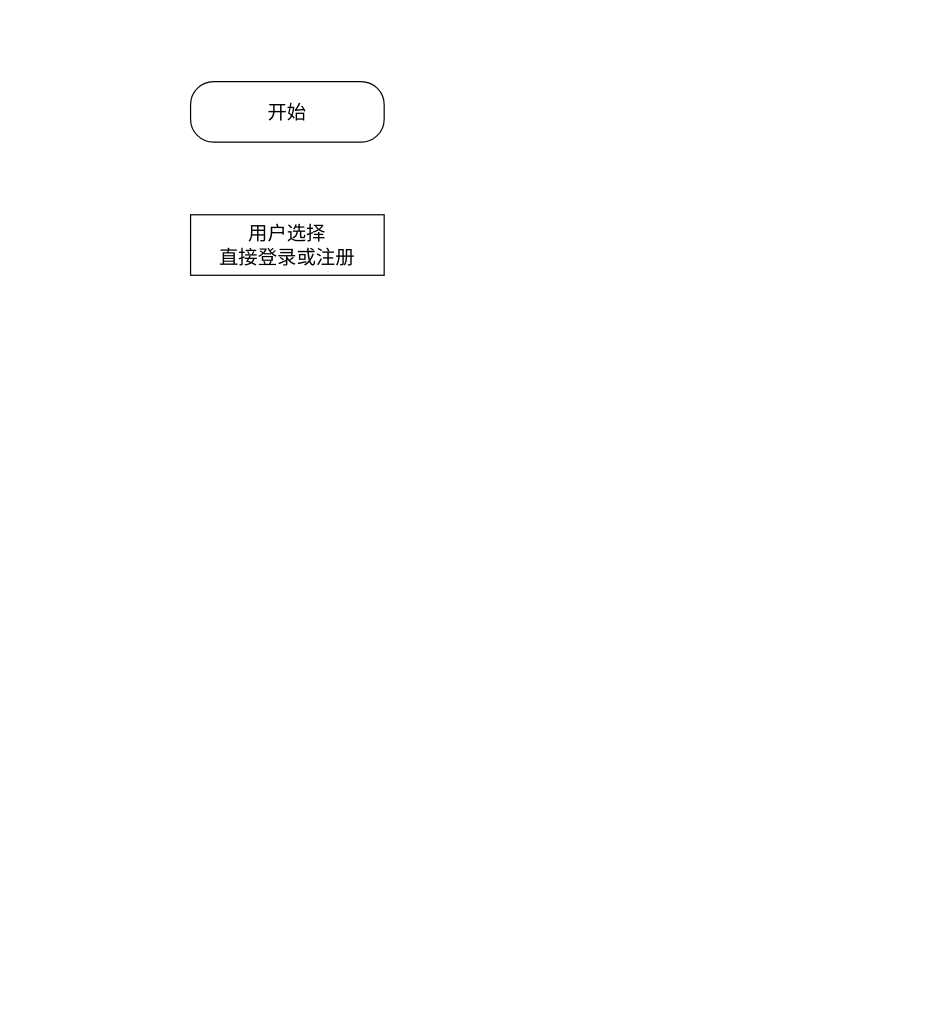
This is 用户登录注册流程图.drawio from MisakiMiao/SmartHome, a draw.io file, before an edit. Source tidied: cells renumbered, new cells numbered last; positions are measured from the earlier drawing's top-left corner, leaving out a move shared by most shapes. Both pictures are drawn from the tidied source at 121%, with x=0, y=0 at pixel (190, 81).
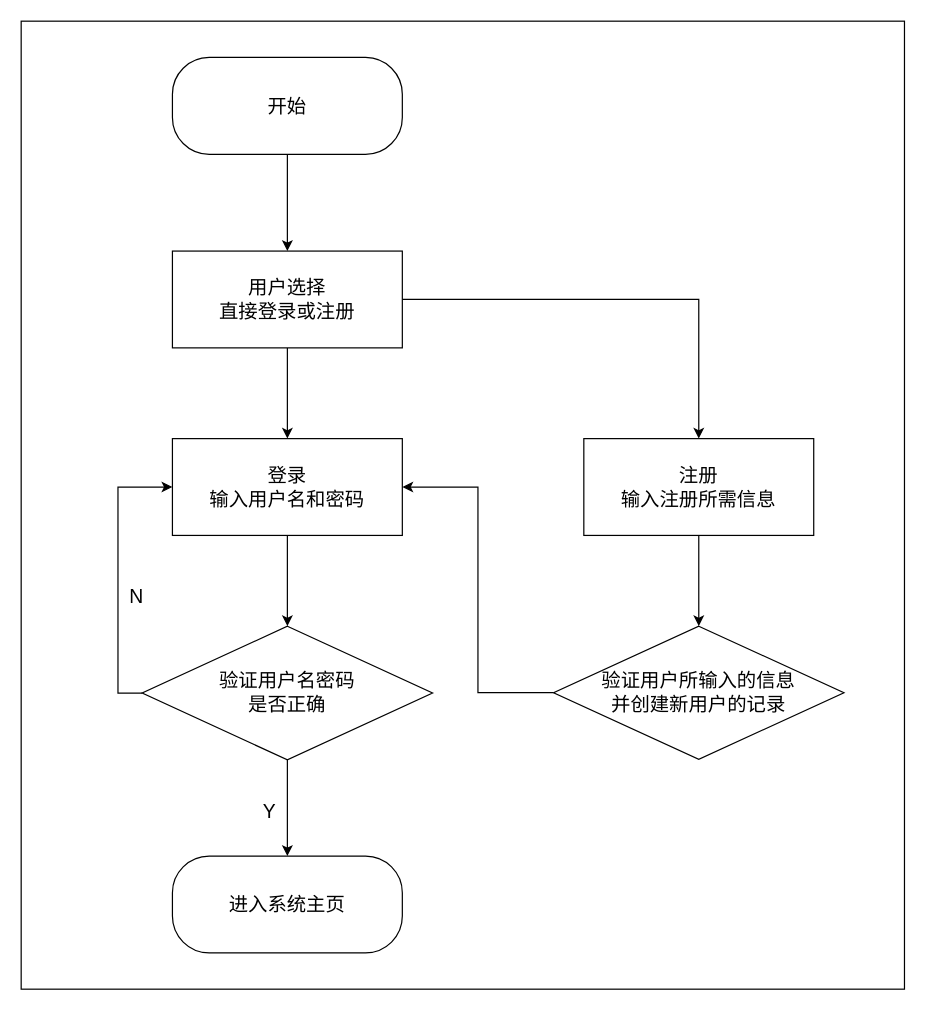
The same diagram, later.

Commit message:
更新用户登录注册流程图.drawio

Diff of the diagram source:
```diff
@@
 <mxGraphModel>
   <root>
     <mxCell id="0" />
     <mxCell id="1" parent="0" />
+    <mxCell id="4" style="rounded=0;whiteSpace=wrap;html=1;" parent="1" vertex="1">
+      <mxGeometry x="-140" y="-50" width="730" height="800" as="geometry" />
+    </mxCell>
+    <mxCell id="5" style="edgeStyle=orthogonalEdgeStyle;rounded=0;jettySize=auto;html=1;" parent="1" edge="1" source="2" target="3">
+      <mxGeometry relative="1" as="geometry" />
+    </mxCell>
     <mxCell id="2" value="&lt;font style=&quot;font-size: 16px;&quot;&gt;开始&lt;/font&gt;" style="rounded=1;whiteSpace=wrap;html=1;arcSize=38;" parent="1" vertex="1">
-      <mxGeometry width="160" height="50" as="geometry" />
+      <mxGeometry x="-15" y="-20" width="190" height="80" as="geometry" />
     </mxCell>
+    <mxCell id="6" style="edgeStyle=orthogonalEdgeStyle;rounded=0;jettySize=auto;html=1;" parent="1" edge="1" source="3" target="12">
+      <mxGeometry relative="1" as="geometry" />
+    </mxCell>
+    <mxCell id="7" style="edgeStyle=orthogonalEdgeStyle;rounded=0;jettySize=auto;html=1;" parent="1" edge="1" source="3" target="14">
+      <mxGeometry relative="1" as="geometry" />
+    </mxCell>
     <mxCell id="3" value="&lt;font style=&quot;font-size: 16px;&quot;&gt;用户选择&lt;/font&gt;&lt;div style=&quot;font-size: 16px;&quot;&gt;&lt;font style=&quot;font-size: 16px;&quot;&gt;直接登录或注册&lt;/font&gt;&lt;/div&gt;" style="rounded=0;whiteSpace=wrap;html=1;" parent="1" vertex="1">
-      <mxGeometry y="110" width="160" height="50" as="geometry" />
+      <mxGeometry x="-15" y="140" width="190" height="80" as="geometry" />
     </mxCell>
+    <mxCell id="8" style="edgeStyle=orthogonalEdgeStyle;rounded=0;jettySize=auto;html=1;entryX=0.5;entryY=0;entryDx=0;entryDy=0;" parent="1" edge="1" source="10" target="17">
+      <mxGeometry relative="1" as="geometry" />
+    </mxCell>
+    <mxCell id="9" style="edgeStyle=orthogonalEdgeStyle;rounded=0;jettySize=auto;html=1;entryX=0;entryY=0.5;entryDx=0;entryDy=0;exitX=0;exitY=0.5;exitDx=0;exitDy=0;" parent="1" edge="1" source="10" target="12">
+      <mxGeometry relative="1" as="geometry" />
+    </mxCell>
+    <mxCell id="10" value="&lt;span style=&quot;font-size: 16px;&quot;&gt;验证用户名密码&lt;/span&gt;&lt;div&gt;&lt;span style=&quot;font-size: 16px;&quot;&gt;是否正确&lt;/span&gt;&lt;/div&gt;" style="rhombus;whiteSpace=wrap;html=1;" parent="1" vertex="1">
+      <mxGeometry x="-40" y="450" width="240" height="110.5" as="geometry" />
+    </mxCell>
+    <mxCell id="11" style="edgeStyle=orthogonalEdgeStyle;rounded=0;jettySize=auto;html=1;" parent="1" edge="1" source="12" target="10">
+      <mxGeometry relative="1" as="geometry" />
+    </mxCell>
+    <mxCell id="12" value="&lt;span style=&quot;font-size: 16px;&quot;&gt;登录&lt;/span&gt;&lt;div&gt;&lt;span style=&quot;font-size: 16px;&quot;&gt;输入用户名和密码&lt;/span&gt;&lt;/div&gt;" style="rounded=0;whiteSpace=wrap;html=1;" parent="1" vertex="1">
+      <mxGeometry x="-15" y="295" width="190" height="80" as="geometry" />
+    </mxCell>
+    <mxCell id="13" style="edgeStyle=orthogonalEdgeStyle;rounded=0;jettySize=auto;html=1;entryX=0.5;entryY=0;entryDx=0;entryDy=0;" parent="1" edge="1" source="14" target="16">
+      <mxGeometry relative="1" as="geometry" />
+    </mxCell>
+    <mxCell id="14" value="&lt;span style=&quot;font-size: 16px;&quot;&gt;注册&lt;/span&gt;&lt;br&gt;&lt;div&gt;&lt;span style=&quot;font-size: 16px;&quot;&gt;输入注册所需信息&lt;/span&gt;&lt;/div&gt;" style="rounded=0;whiteSpace=wrap;html=1;" parent="1" vertex="1">
+      <mxGeometry x="325" y="295" width="190" height="80" as="geometry" />
+    </mxCell>
+    <mxCell id="15" style="edgeStyle=orthogonalEdgeStyle;rounded=0;jettySize=auto;html=1;entryX=1;entryY=0.5;entryDx=0;entryDy=0;" parent="1" edge="1" source="16" target="12">
+      <mxGeometry relative="1" as="geometry" />
+    </mxCell>
+    <mxCell id="16" value="&lt;span style=&quot;font-size: 16px;&quot;&gt;验证用户所输入的信息&lt;/span&gt;&lt;div&gt;&lt;span style=&quot;font-size: 16px;&quot;&gt;并创建新用户的记录&lt;/span&gt;&lt;/div&gt;" style="rhombus;whiteSpace=wrap;html=1;" parent="1" vertex="1">
+      <mxGeometry x="300" y="450" width="240" height="110" as="geometry" />
+    </mxCell>
+    <mxCell id="17" value="&lt;font style=&quot;font-size: 16px;&quot;&gt;进入系统主页&lt;/font&gt;" style="rounded=1;whiteSpace=wrap;html=1;arcSize=38;" parent="1" vertex="1">
+      <mxGeometry x="-15" y="640" width="190" height="80" as="geometry" />
+    </mxCell>
+    <mxCell id="18" value="&lt;font style=&quot;font-size: 16px;&quot;&gt;Y&lt;/font&gt;" style="text;html=1;align=center;verticalAlign=middle;strokeColor=none;fillColor=none;" parent="1" vertex="1">
+      <mxGeometry x="50" y="588" width="30" height="30" as="geometry" />
+    </mxCell>
+    <mxCell id="19" value="&lt;font style=&quot;font-size: 16px;&quot;&gt;N&lt;/font&gt;" style="text;html=1;align=center;verticalAlign=middle;strokeColor=none;fillColor=none;" parent="1" vertex="1">
+      <mxGeometry x="-65" y="410" width="40" height="30" as="geometry" />
+    </mxCell>
   </root>
 </mxGraphModel>
```
